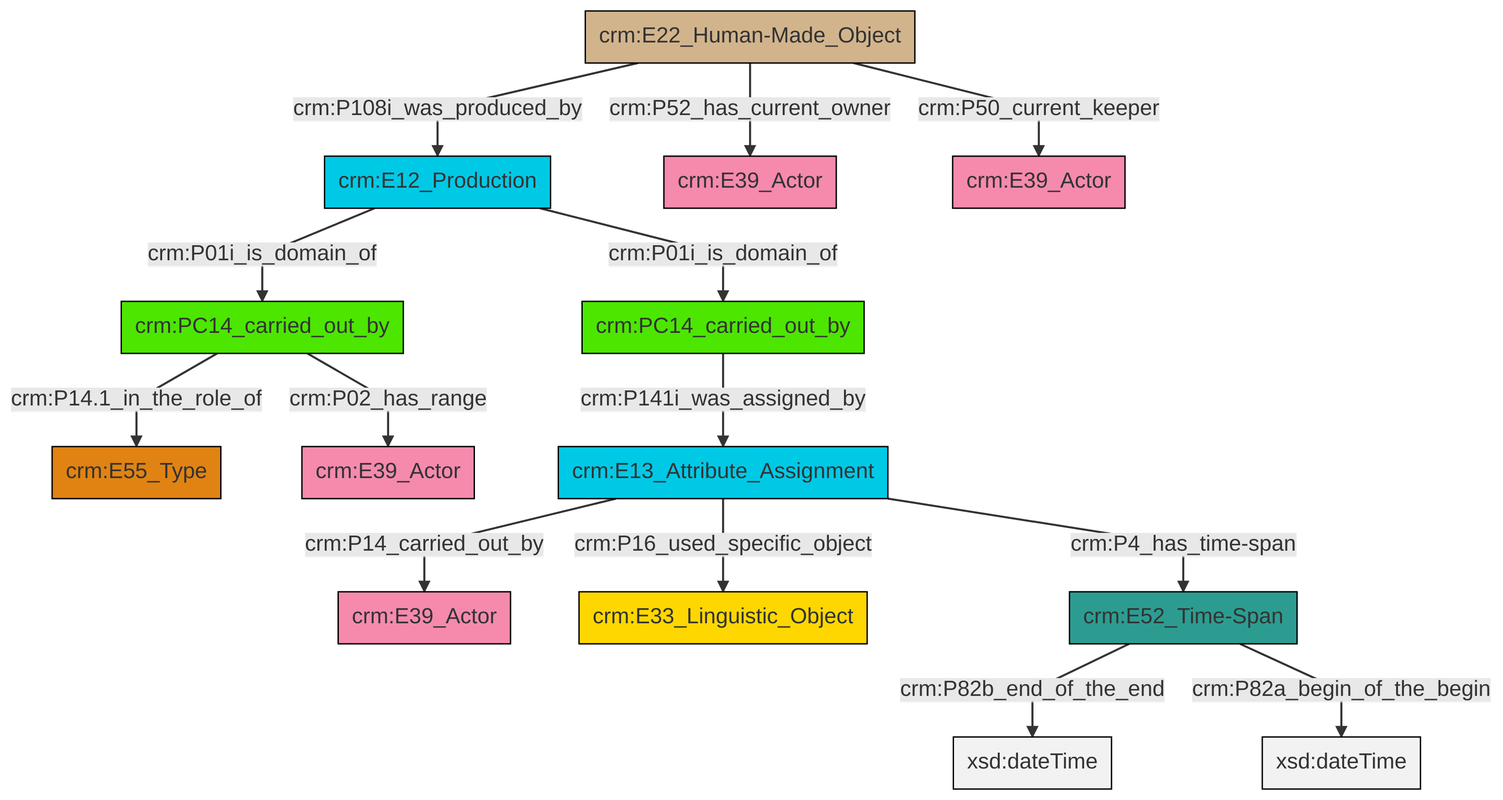
Before: et/carrierCSV/ttl/mmd/png/carrier_relations.png, a diagram exported from Mermaid (swiss-art-research-net/docs.swissartresearch). Its source is kept beside it as et/carrierCSV/ttl/mmd/carrier_relations.ttl.mmd.
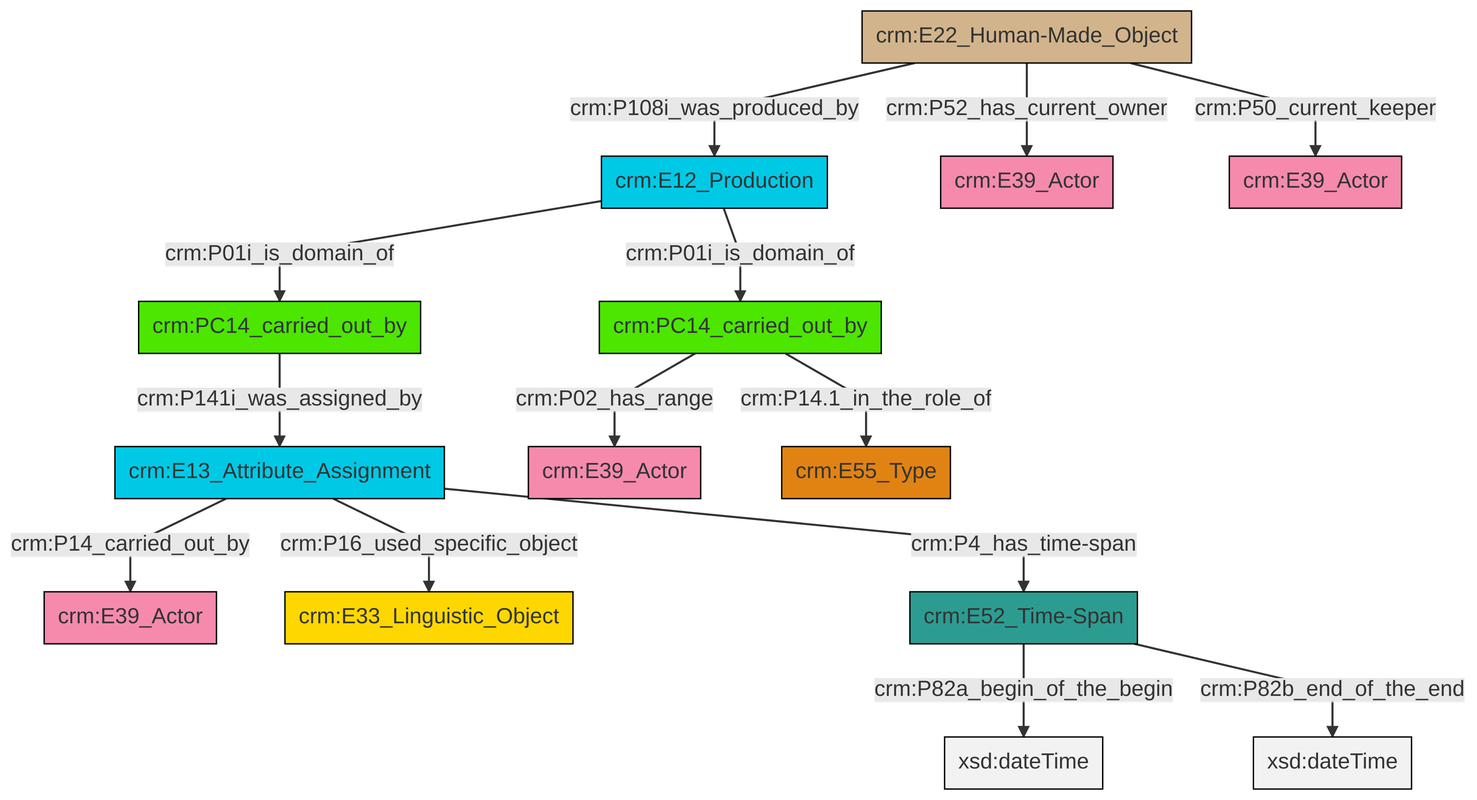
Above is the later version.

Change to the diagram source:
```diff
@@ -13,16 +13,16 @@
 classDef PC_Classes fill:#4ce600, stroke:#000000;
 classDef Multi fill:#cccccc,stroke:#000000;
 
-4["crm:E52_Time-Span"]:::Time-Span -->|crm:P82b_end_of_the_end| 8[xsd:dateTime]:::Literal
-9["crm:E22_Human-Made_Object"]:::Physical_Thing -->|crm:P108i_was_produced_by| 10["crm:E12_Production"]:::Temporal_Entity
-13["crm:E13_Attribute_Assignment"]:::Temporal_Entity -->|crm:P14_carried_out_by| 14["crm:E39_Actor"]:::Actor
-4["crm:E52_Time-Span"]:::Time-Span -->|crm:P82a_begin_of_the_begin| 16[xsd:dateTime]:::Literal
-9["crm:E22_Human-Made_Object"]:::Physical_Thing -->|crm:P52_has_current_owner| 17["crm:E39_Actor"]:::Actor
-9["crm:E22_Human-Made_Object"]:::Physical_Thing -->|crm:P50_current_keeper| 2["crm:E39_Actor"]:::Actor
-6["crm:PC14_carried_out_by"]:::PC_Classes -->|crm:P14.1_in_the_role_of| 0["crm:E55_Type"]:::Type
-10["crm:E12_Production"]:::Temporal_Entity -->|crm:P01i_is_domain_of| 6["crm:PC14_carried_out_by"]:::PC_Classes
-11["crm:PC14_carried_out_by"]:::PC_Classes -->|crm:P141i_was_assigned_by| 13["crm:E13_Attribute_Assignment"]:::Temporal_Entity
-6["crm:PC14_carried_out_by"]:::PC_Classes -->|crm:P02_has_range| 21["crm:E39_Actor"]:::Actor
-10["crm:E12_Production"]:::Temporal_Entity -->|crm:P01i_is_domain_of| 11["crm:PC14_carried_out_by"]:::PC_Classes
-13["crm:E13_Attribute_Assignment"]:::Temporal_Entity -->|crm:P16_used_specific_object| 19["crm:E33_Linguistic_Object"]:::Conceptual_Object
-13["crm:E13_Attribute_Assignment"]:::Temporal_Entity -->|crm:P4_has_time-span| 4["crm:E52_Time-Span"]:::Time-Span
+0["crm:PC14_carried_out_by"]:::PC_Classes -->|crm:P02_has_range| 1["crm:E39_Actor"]:::Actor
+2["crm:E13_Attribute_Assignment"]:::Temporal_Entity -->|crm:P14_carried_out_by| 4["crm:E39_Actor"]:::Actor
+5["crm:PC14_carried_out_by"]:::PC_Classes -->|crm:P141i_was_assigned_by| 2["crm:E13_Attribute_Assignment"]:::Temporal_Entity
+2["crm:E13_Attribute_Assignment"]:::Temporal_Entity -->|crm:P16_used_specific_object| 6["crm:E33_Linguistic_Object"]:::Conceptual_Object
+9["crm:E12_Production"]:::Temporal_Entity -->|crm:P01i_is_domain_of| 5["crm:PC14_carried_out_by"]:::PC_Classes
+7["crm:E52_Time-Span"]:::Time-Span -->|crm:P82a_begin_of_the_begin| 10[xsd:dateTime]:::Literal
+11["crm:E22_Human-Made_Object"]:::Physical_Thing -->|crm:P108i_was_produced_by| 9["crm:E12_Production"]:::Temporal_Entity
+0["crm:PC14_carried_out_by"]:::PC_Classes -->|crm:P14.1_in_the_role_of| 13["crm:E55_Type"]:::Type
+11["crm:E22_Human-Made_Object"]:::Physical_Thing -->|crm:P52_has_current_owner| 14["crm:E39_Actor"]:::Actor
+11["crm:E22_Human-Made_Object"]:::Physical_Thing -->|crm:P50_current_keeper| 15["crm:E39_Actor"]:::Actor
+7["crm:E52_Time-Span"]:::Time-Span -->|crm:P82b_end_of_the_end| 22[xsd:dateTime]:::Literal
+9["crm:E12_Production"]:::Temporal_Entity -->|crm:P01i_is_domain_of| 0["crm:PC14_carried_out_by"]:::PC_Classes
+2["crm:E13_Attribute_Assignment"]:::Temporal_Entity -->|crm:P4_has_time-span| 7["crm:E52_Time-Span"]:::Time-Span
```
